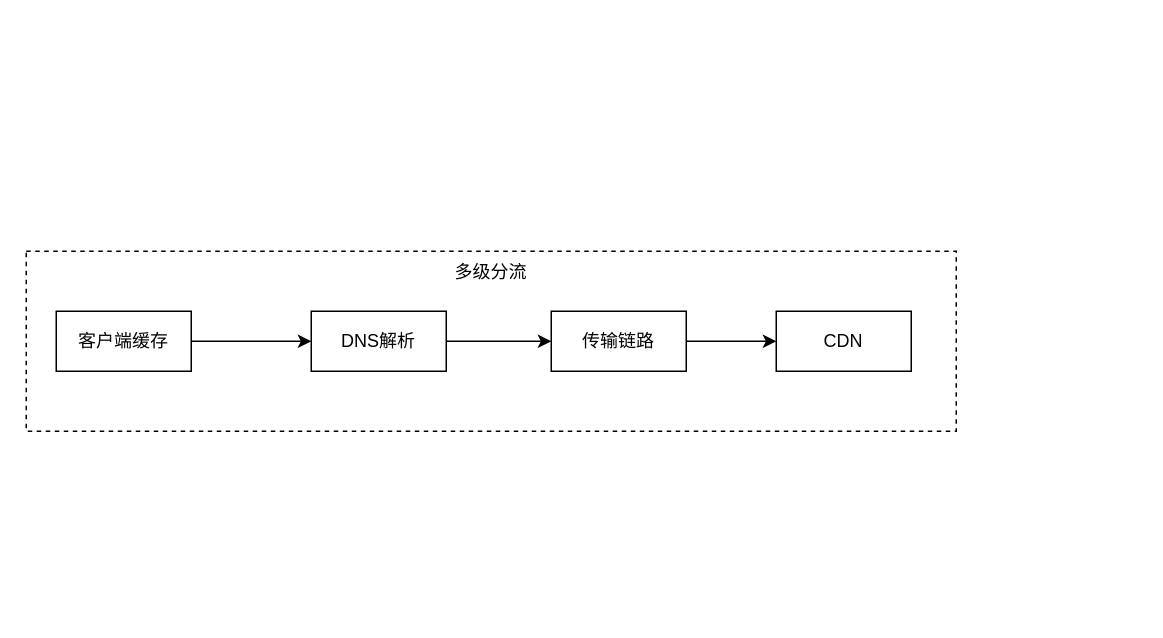
This is page "分布式系统设计" (6 of 6) of 技术栈.drawio from ProgrammerLZ/drawio, a draw.io file, before an edit. Source tidied: cells renumbered, new cells numbered last; positions are measured from the earlier drawing's top-left corner, leaving out a move shared by most shapes. Both pictures are drawn from the tidied source at 150%, with x=0, y=0 at pixel (26, 250).
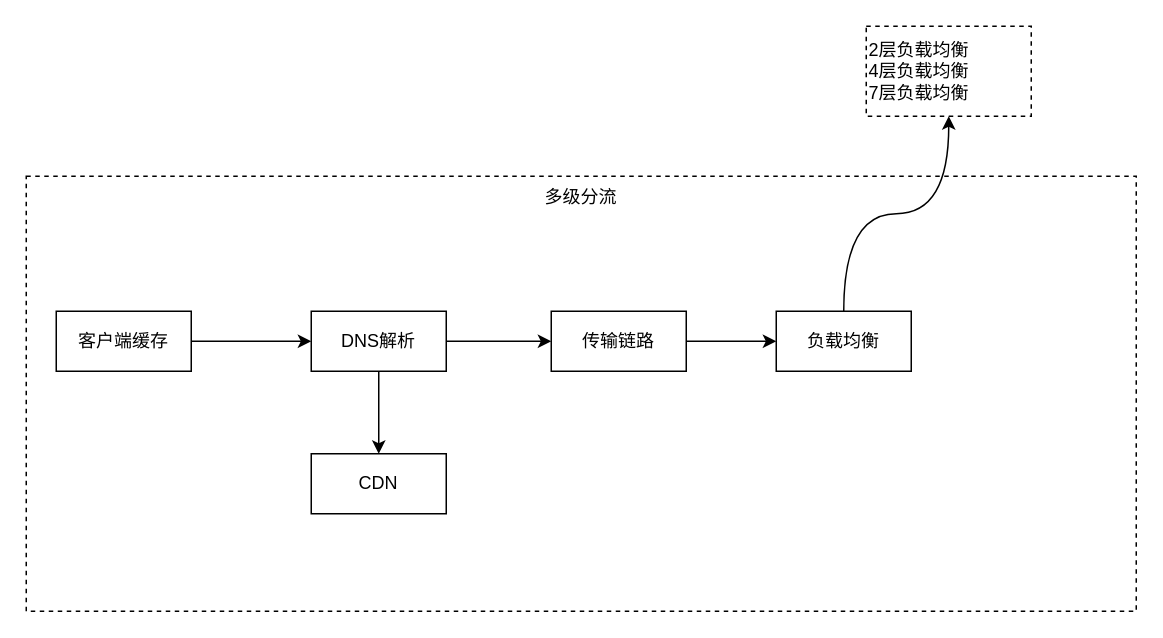
After the change.

Commit message:
更新技术栈.drawio

Change to the diagram source:
```diff
@@
 <mxGraphModel>
   <root>
     <mxCell id="0" />
     <mxCell id="1" parent="0" />
     <mxCell id="2" value="多级分流" style="rounded=0;whiteSpace=wrap;html=1;fillColor=none;dashed=1;verticalAlign=top;" parent="1" vertex="1">
-      <mxGeometry width="620" height="120" as="geometry" />
+      <mxGeometry y="-50" width="740" height="290" as="geometry" />
     </mxCell>
     <mxCell id="3" style="edgeStyle=orthogonalEdgeStyle;rounded=0;jettySize=auto;html=1;" parent="1" edge="1" source="4" target="6">
       <mxGeometry relative="1" as="geometry" />
     </mxCell>
     <mxCell id="4" value="客户端缓存" style="rounded=0;whiteSpace=wrap;html=1;verticalAlign=middle;" parent="1" vertex="1">
       <mxGeometry x="20" y="40" width="90" height="40" as="geometry" />
     </mxCell>
     <mxCell id="5" style="edgeStyle=orthogonalEdgeStyle;rounded=0;jettySize=auto;html=1;" parent="1" edge="1" source="6" target="8">
       <mxGeometry relative="1" as="geometry" />
     </mxCell>
+    <mxCell id="10" style="edgeStyle=orthogonalEdgeStyle;rounded=0;jettySize=auto;html=1;" parent="1" edge="1" source="6" target="9">
+      <mxGeometry relative="1" as="geometry" />
+    </mxCell>
     <mxCell id="6" value="DNS解析" style="rounded=0;whiteSpace=wrap;html=1;verticalAlign=middle;" parent="1" vertex="1">
       <mxGeometry x="190" y="40" width="90" height="40" as="geometry" />
     </mxCell>
-    <mxCell id="7" style="edgeStyle=orthogonalEdgeStyle;rounded=0;jettySize=auto;html=1;" parent="1" edge="1" source="8" target="9">
-      <mxGeometry relative="1" as="geometry" />
-    </mxCell>
+    <mxCell id="11" style="edgeStyle=orthogonalEdgeStyle;rounded=0;jettySize=auto;html=1;" parent="1" edge="1" source="8" target="13">
+      <mxGeometry relative="1" as="geometry" />
+    </mxCell>
     <mxCell id="8" value="传输链路" style="rounded=0;whiteSpace=wrap;html=1;verticalAlign=middle;" parent="1" vertex="1">
       <mxGeometry x="350" y="40" width="90" height="40" as="geometry" />
     </mxCell>
     <mxCell id="9" value="CDN" style="rounded=0;whiteSpace=wrap;html=1;verticalAlign=middle;" parent="1" vertex="1">
-      <mxGeometry x="500" y="40" width="90" height="40" as="geometry" />
+      <mxGeometry x="190" y="135" width="90" height="40" as="geometry" />
     </mxCell>
+    <mxCell id="12" style="edgeStyle=orthogonalEdgeStyle;rounded=0;jettySize=auto;html=1;exitX=0.5;exitY=0;exitDx=0;exitDy=0;entryX=0.5;entryY=1;entryDx=0;entryDy=0;curved=1;" parent="1" edge="1" source="13" target="14">
+      <mxGeometry relative="1" as="geometry" />
+    </mxCell>
+    <mxCell id="13" value="负载均衡" style="rounded=0;whiteSpace=wrap;html=1;verticalAlign=middle;" parent="1" vertex="1">
+      <mxGeometry x="500" y="40" width="90" height="40" as="geometry" />
+    </mxCell>
+    <mxCell id="14" value="2层负载均衡&lt;div&gt;4层负载均衡&lt;/div&gt;&lt;div&gt;7层负载均衡&lt;/div&gt;" style="text;html=1;align=left;verticalAlign=middle;whiteSpace=wrap;rounded=0;dashed=1;strokeColor=default;" parent="1" vertex="1">
+      <mxGeometry x="560" y="-150" width="110" height="60" as="geometry" />
+    </mxCell>
   </root>
 </mxGraphModel>
```
